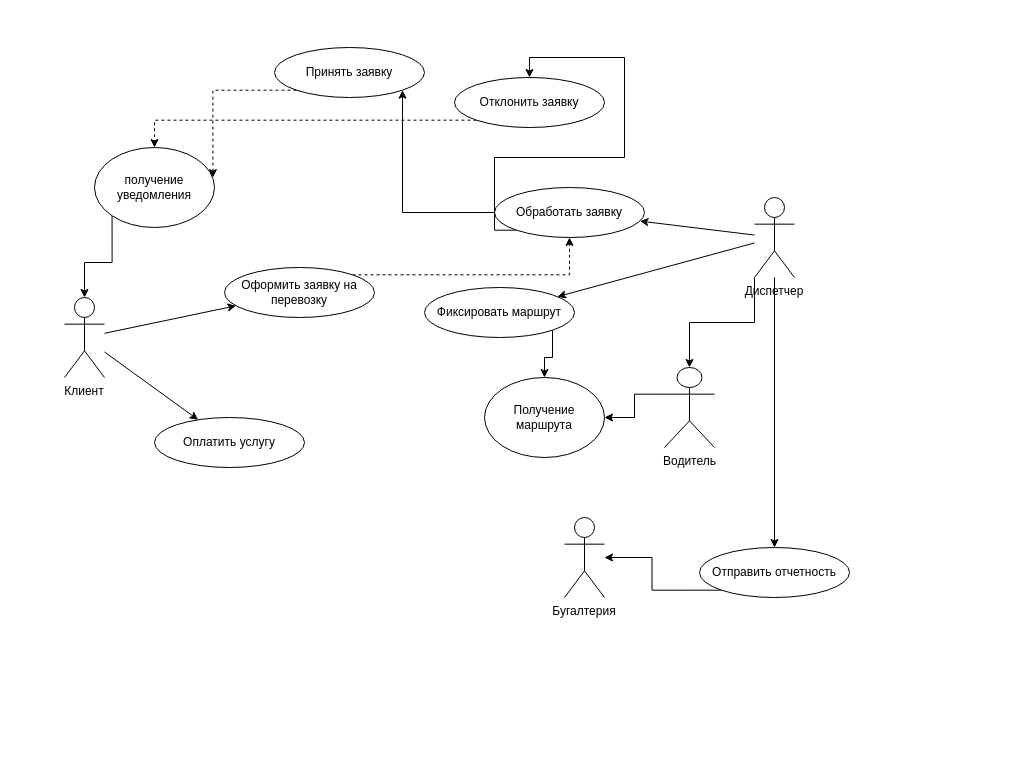
Above: Диаграмма без названия.drawio in MOLLIP-merzota/- (draw.io), before the change. Source tidied: cells renumbered, new cells numbered last; positions are measured from the earlier drawing's top-left corner, leaving out a move shared by most shapes. Both pictures are drawn from the tidied source at 100%, with x=0, y=0 at pixel (64, 47).
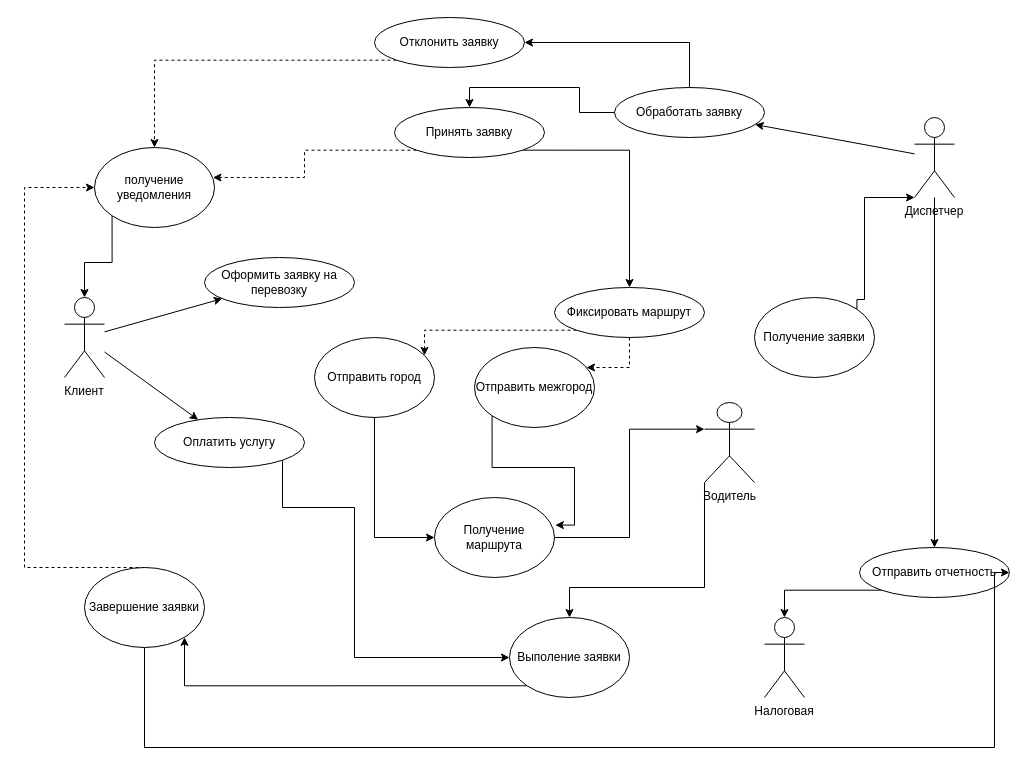
Above is the later version.

The change refers to these unchanged cells:
```xml
<mxCell id="7" value="Оплатить услугу" style="ellipse;whiteSpace=wrap;" parent="1" vertex="1">
  <mxGeometry x="90" y="370" width="150" height="50" as="geometry" />
</mxCell>
<mxCell id="24" value="получение уведомления" style="ellipse;whiteSpace=wrap;html=1;" parent="1" vertex="1">
  <mxGeometry x="30" y="100" width="120" height="80" as="geometry" />
</mxCell>
```

What changed in the source:
```diff
@@
     <mxCell id="3" value="Диспетчер" style="shape=umlActor;verticalLabelPosition=bottom;verticalAlign=top;" parent="1" vertex="1">
-      <mxGeometry x="690" y="150" width="40" height="80" as="geometry" />
+      <mxGeometry x="850" y="70" width="40" height="80" as="geometry" />
     </mxCell>
-    <mxCell id="4" value="Бугалтерия" style="shape=umlActor;verticalLabelPosition=bottom;verticalAlign=top;" parent="1" vertex="1">
-      <mxGeometry x="500" y="470" width="40" height="80" as="geometry" />
+    <mxCell id="4" value="Налоговая" style="shape=umlActor;verticalLabelPosition=bottom;verticalAlign=top;" parent="1" vertex="1">
+      <mxGeometry x="700" y="570" width="40" height="80" as="geometry" />
     </mxCell>
-    <mxCell id="5" style="edgeStyle=orthogonalEdgeStyle;rounded=0;jettySize=auto;html=1;exitX=1;exitY=0;exitDx=0;exitDy=0;entryX=0.5;entryY=1;entryDx=0;entryDy=0;dashed=1;" parent="1" edge="1" source="6" target="10">
-      <mxGeometry relative="1" as="geometry" />
-    </mxCell>
     <mxCell id="6" value="Оформить заявку на перевозку" style="ellipse;whiteSpace=wrap;" parent="1" vertex="1">
-      <mxGeometry x="160" y="220" width="150" height="50" as="geometry" />
+      <mxGeometry x="140" y="210" width="150" height="50" as="geometry" />
     </mxCell>
+    <mxCell id="30" style="edgeStyle=orthogonalEdgeStyle;rounded=0;jettySize=auto;html=1;exitX=1;exitY=1;exitDx=0;exitDy=0;entryX=0;entryY=0.5;entryDx=0;entryDy=0;" parent="1" edge="1" source="7" target="41">
+      <mxGeometry relative="1" as="geometry">
+        <Array as="points">
+          <mxPoint x="218" y="460" />
+          <mxPoint x="290" y="460" />
+          <mxPoint x="290" y="610" />
+        </Array>
+      </mxGeometry>
+    </mxCell>
@@
-    <mxCell id="8" style="edgeStyle=orthogonalEdgeStyle;rounded=0;jettySize=auto;html=1;exitX=0;exitY=1;exitDx=0;exitDy=0;entryX=0.5;entryY=0;entryDx=0;entryDy=0;" parent="1" edge="1" source="10" target="12">
-      <mxGeometry relative="1" as="geometry">
-        <Array as="points">
-          <mxPoint x="430" y="183" />
-          <mxPoint x="430" y="110" />
-          <mxPoint x="560" y="110" />
-          <mxPoint x="560" y="10" />
-          <mxPoint x="465" y="10" />
-        </Array>
-      </mxGeometry>
+    <mxCell id="8" style="edgeStyle=orthogonalEdgeStyle;rounded=0;jettySize=auto;html=1;exitX=0.5;exitY=0;exitDx=0;exitDy=0;entryX=1;entryY=0.5;entryDx=0;entryDy=0;" parent="1" edge="1" source="10" target="12">
+      <mxGeometry relative="1" as="geometry" />
     </mxCell>
-    <mxCell id="9" style="edgeStyle=orthogonalEdgeStyle;rounded=0;jettySize=auto;html=1;exitX=0;exitY=0.5;exitDx=0;exitDy=0;entryX=1;entryY=1;entryDx=0;entryDy=0;" parent="1" edge="1" source="10" target="22">
+    <mxCell id="9" style="edgeStyle=orthogonalEdgeStyle;rounded=0;jettySize=auto;html=1;exitX=0;exitY=0.5;exitDx=0;exitDy=0;entryX=0.5;entryY=0;entryDx=0;entryDy=0;" parent="1" edge="1" source="10" target="22">
       <mxGeometry relative="1" as="geometry" />
     </mxCell>
     <mxCell id="10" value="Обработать заявку" style="ellipse;whiteSpace=wrap;" parent="1" vertex="1">
-      <mxGeometry x="430" y="140" width="150" height="50" as="geometry" />
+      <mxGeometry x="550" y="40" width="150" height="50" as="geometry" />
     </mxCell>
@@
     <mxCell id="12" value="Отклонить заявку" style="ellipse;whiteSpace=wrap;" parent="1" vertex="1">
-      <mxGeometry x="390" y="30" width="150" height="50" as="geometry" />
+      <mxGeometry x="310" y="-30" width="150" height="50" as="geometry" />
     </mxCell>
-    <mxCell id="13" style="edgeStyle=orthogonalEdgeStyle;rounded=0;jettySize=auto;html=1;exitX=1;exitY=1;exitDx=0;exitDy=0;entryX=0.5;entryY=0;entryDx=0;entryDy=0;" parent="1" edge="1" source="14" target="28">
-      <mxGeometry relative="1" as="geometry" />
-    </mxCell>
+    <mxCell id="31" style="edgeStyle=orthogonalEdgeStyle;rounded=0;jettySize=auto;html=1;exitX=0;exitY=1;exitDx=0;exitDy=0;dashed=1;" parent="1" edge="1" source="14" target="37">
+      <mxGeometry relative="1" as="geometry">
+        <Array as="points">
+          <mxPoint x="360" y="283" />
+        </Array>
+      </mxGeometry>
+    </mxCell>
+    <mxCell id="32" style="edgeStyle=orthogonalEdgeStyle;rounded=0;jettySize=auto;html=1;exitX=0.5;exitY=1;exitDx=0;exitDy=0;dashed=1;" parent="1" edge="1" source="14" target="38">
+      <mxGeometry relative="1" as="geometry">
+        <Array as="points">
+          <mxPoint x="565" y="320" />
+        </Array>
+      </mxGeometry>
+    </mxCell>
     <mxCell id="14" value="Фиксировать маршрут" style="ellipse;whiteSpace=wrap;" parent="1" vertex="1">
-      <mxGeometry x="360" y="240" width="150" height="50" as="geometry" />
+      <mxGeometry x="490" y="240" width="150" height="50" as="geometry" />
     </mxCell>
@@
     <mxCell id="16" value="Отправить отчетность" style="ellipse;whiteSpace=wrap;" parent="1" vertex="1">
-      <mxGeometry x="635" y="500" width="150" height="50" as="geometry" />
+      <mxGeometry x="795" y="500" width="150" height="50" as="geometry" />
     </mxCell>
@@
-    <mxCell id="20" parent="1" edge="1" source="3" target="14">
-      <mxGeometry relative="1" as="geometry" />
-    </mxCell>
@@
+    <mxCell id="33" style="edgeStyle=orthogonalEdgeStyle;rounded=0;jettySize=auto;html=1;exitX=1;exitY=1;exitDx=0;exitDy=0;entryX=0.5;entryY=0;entryDx=0;entryDy=0;" parent="1" edge="1" source="22" target="14">
+      <mxGeometry relative="1" as="geometry" />
+    </mxCell>
     <mxCell id="22" value="Принять заявку" style="ellipse;whiteSpace=wrap;html=1;" parent="1" vertex="1">
-      <mxGeometry x="210" width="150" height="50" as="geometry" />
+      <mxGeometry x="330" y="60" width="150" height="50" as="geometry" />
     </mxCell>
@@
-    <mxCell id="26" style="edgeStyle=orthogonalEdgeStyle;rounded=0;jettySize=auto;html=1;exitX=0;exitY=0.3333333333333333;exitDx=0;exitDy=0;exitPerimeter=0;" parent="1" edge="1" source="27" target="28">
-      <mxGeometry relative="1" as="geometry" />
-    </mxCell>
+    <mxCell id="34" style="edgeStyle=orthogonalEdgeStyle;rounded=0;jettySize=auto;html=1;exitX=0;exitY=1;exitDx=0;exitDy=0;exitPerimeter=0;" parent="1" edge="1" source="27" target="41">
+      <mxGeometry relative="1" as="geometry">
+        <Array as="points">
+          <mxPoint x="640" y="540" />
+          <mxPoint x="505" y="540" />
+        </Array>
+      </mxGeometry>
+    </mxCell>
     <mxCell id="27" value="Водитель" style="shape=umlActor;verticalLabelPosition=bottom;verticalAlign=top;html=1;outlineConnect=0;" parent="1" vertex="1">
-      <mxGeometry x="600" y="320" width="50" height="80" as="geometry" />
+      <mxGeometry x="640" y="355" width="50" height="80" as="geometry" />
     </mxCell>
     <mxCell id="28" value="Получение маршрута" style="ellipse;whiteSpace=wrap;html=1;" parent="1" vertex="1">
-      <mxGeometry x="420" y="330" width="120" height="80" as="geometry" />
+      <mxGeometry x="370" y="450" width="120" height="80" as="geometry" />
     </mxCell>
-    <mxCell id="29" style="edgeStyle=orthogonalEdgeStyle;rounded=0;jettySize=auto;html=1;exitX=0;exitY=1;exitDx=0;exitDy=0;exitPerimeter=0;entryX=0.5;entryY=0;entryDx=0;entryDy=0;entryPerimeter=0;" parent="1" edge="1" source="3" target="27">
-      <mxGeometry relative="1" as="geometry" />
-    </mxCell>
+    <mxCell id="35" style="edgeStyle=orthogonalEdgeStyle;rounded=0;jettySize=auto;html=1;exitX=1;exitY=0.5;exitDx=0;exitDy=0;entryX=0;entryY=0.3333333333333333;entryDx=0;entryDy=0;entryPerimeter=0;" parent="1" edge="1" source="28" target="27">
+      <mxGeometry relative="1" as="geometry" />
+    </mxCell>
+    <mxCell id="36" style="edgeStyle=orthogonalEdgeStyle;rounded=0;jettySize=auto;html=1;exitX=0.5;exitY=1;exitDx=0;exitDy=0;entryX=0;entryY=0.5;entryDx=0;entryDy=0;" parent="1" edge="1" source="37" target="28">
+      <mxGeometry relative="1" as="geometry" />
+    </mxCell>
+    <mxCell id="37" value="Отправить город" style="ellipse;whiteSpace=wrap;html=1;" parent="1" vertex="1">
+      <mxGeometry x="250" y="290" width="120" height="80" as="geometry" />
+    </mxCell>
+    <mxCell id="38" value="Отправить межгород" style="ellipse;whiteSpace=wrap;html=1;" parent="1" vertex="1">
+      <mxGeometry x="410" y="300" width="120" height="80" as="geometry" />
+    </mxCell>
+    <mxCell id="39" style="edgeStyle=orthogonalEdgeStyle;rounded=0;jettySize=auto;html=1;exitX=0;exitY=1;exitDx=0;exitDy=0;entryX=1.007;entryY=0.345;entryDx=0;entryDy=0;entryPerimeter=0;" parent="1" edge="1" source="38" target="28">
+      <mxGeometry relative="1" as="geometry">
+        <Array as="points">
+          <mxPoint x="428" y="420" />
+          <mxPoint x="510" y="420" />
+          <mxPoint x="510" y="478" />
+        </Array>
+      </mxGeometry>
+    </mxCell>
+    <mxCell id="40" style="edgeStyle=orthogonalEdgeStyle;rounded=0;jettySize=auto;html=1;exitX=0;exitY=1;exitDx=0;exitDy=0;" parent="1" edge="1" source="41" target="44">
+      <mxGeometry relative="1" as="geometry">
+        <Array as="points">
+          <mxPoint x="120" y="638" />
+        </Array>
+      </mxGeometry>
+    </mxCell>
+    <mxCell id="41" value="Выполение заявки" style="ellipse;whiteSpace=wrap;html=1;" parent="1" vertex="1">
+      <mxGeometry x="445" y="570" width="120" height="80" as="geometry" />
+    </mxCell>
+    <mxCell id="42" style="edgeStyle=orthogonalEdgeStyle;rounded=0;jettySize=auto;html=1;exitX=0.5;exitY=0;exitDx=0;exitDy=0;entryX=0;entryY=0.5;entryDx=0;entryDy=0;dashed=1;" parent="1" edge="1" source="44" target="24">
+      <mxGeometry relative="1" as="geometry">
+        <Array as="points">
+          <mxPoint x="-40" y="520" />
+          <mxPoint x="-40" y="140" />
+        </Array>
+      </mxGeometry>
+    </mxCell>
+    <mxCell id="43" style="edgeStyle=orthogonalEdgeStyle;rounded=0;jettySize=auto;html=1;exitX=0.5;exitY=1;exitDx=0;exitDy=0;entryX=1;entryY=0.5;entryDx=0;entryDy=0;" parent="1" edge="1" source="44" target="16">
+      <mxGeometry relative="1" as="geometry">
+        <Array as="points">
+          <mxPoint x="80" y="700" />
+          <mxPoint x="930" y="700" />
+          <mxPoint x="930" y="525" />
+        </Array>
+      </mxGeometry>
+    </mxCell>
+    <mxCell id="44" value="Завершение заявки" style="ellipse;whiteSpace=wrap;html=1;" parent="1" vertex="1">
+      <mxGeometry x="20" y="520" width="120" height="80" as="geometry" />
+    </mxCell>
+    <mxCell id="45" value="Получение заявки" style="ellipse;whiteSpace=wrap;html=1;" parent="1" vertex="1">
+      <mxGeometry x="690" y="250" width="120" height="80" as="geometry" />
+    </mxCell>
+    <mxCell id="46" style="edgeStyle=orthogonalEdgeStyle;rounded=0;jettySize=auto;html=1;exitX=1;exitY=0;exitDx=0;exitDy=0;entryX=0;entryY=1;entryDx=0;entryDy=0;entryPerimeter=0;" parent="1" edge="1" source="45" target="3">
+      <mxGeometry relative="1" as="geometry">
+        <Array as="points">
+          <mxPoint x="800" y="252" />
+          <mxPoint x="800" y="150" />
+        </Array>
+      </mxGeometry>
+    </mxCell>
```
